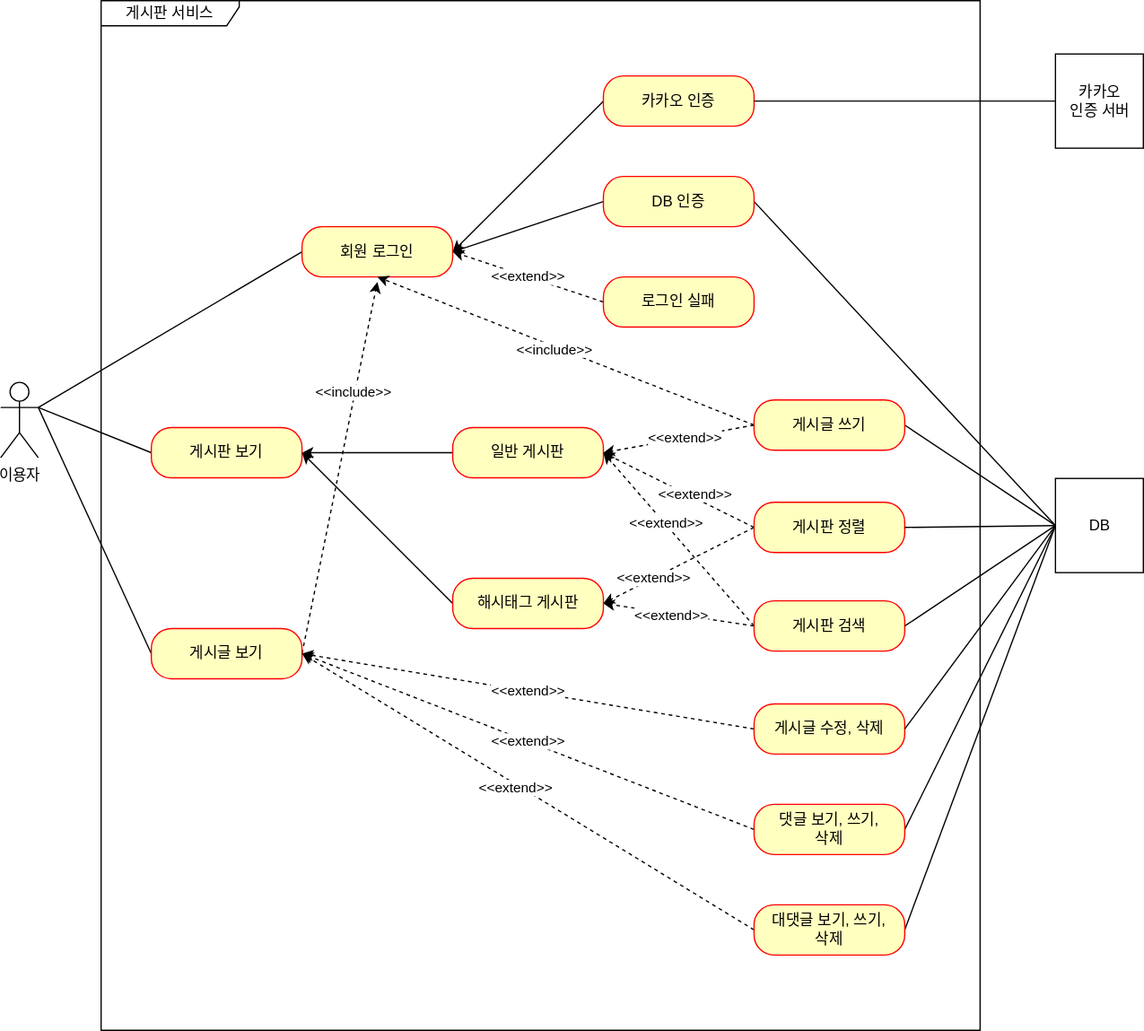
Earlier version of the draw.io export use-case.drawio.svg (hoonssss/board). Source tidied: cells renumbered, new cells last; positions are measured from the earlier drawing's top-left corner, leaving out a move shared by most shapes.
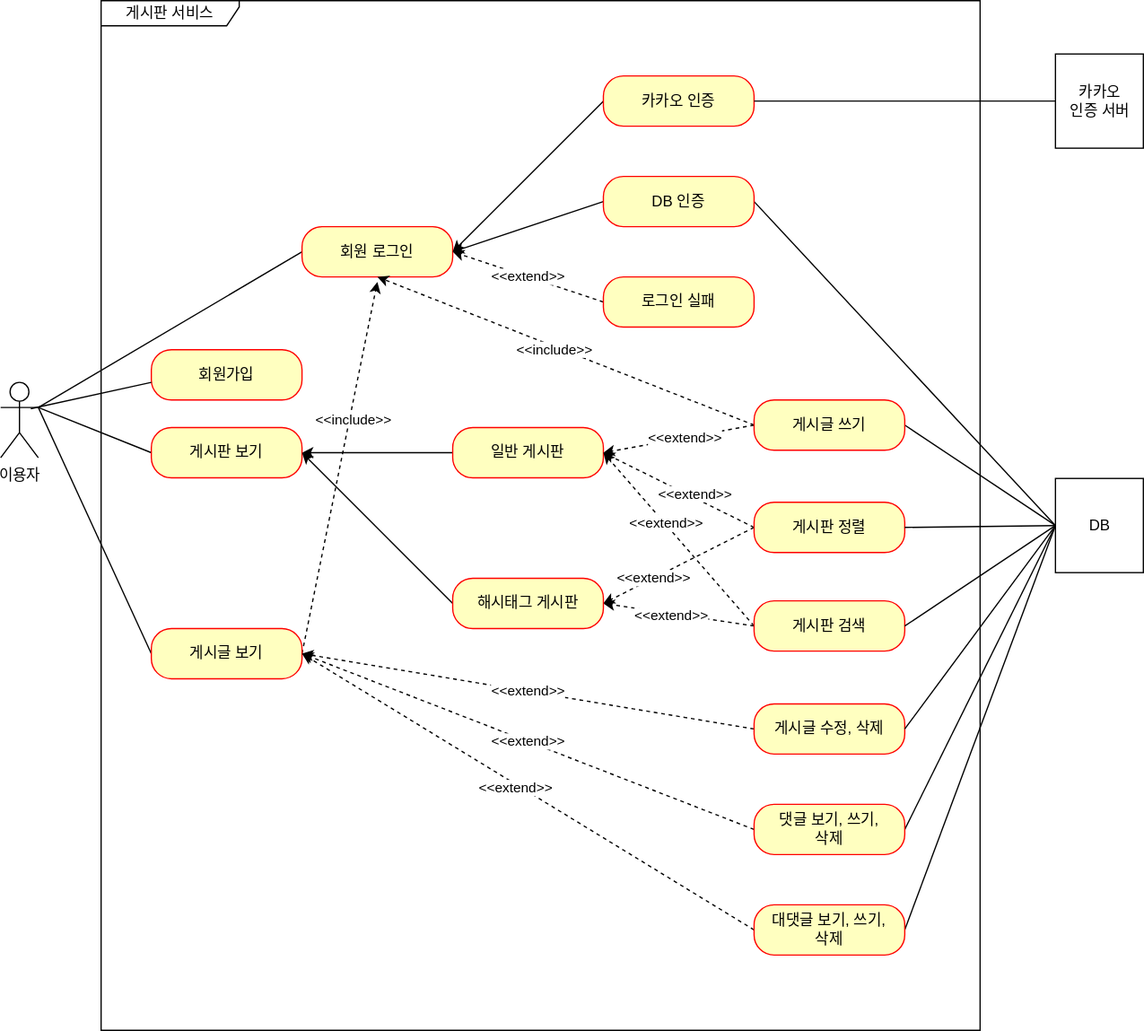
After the commit.

Change to the diagram source:
```diff
@@ -31,7 +31,9 @@
       </mxGeometry>
     </mxCell>
     <mxCell id="10" value="&amp;lt;&amp;lt;include&amp;gt;&amp;gt;" style="edgeLabel;html=1;align=center;verticalAlign=middle;" parent="9" vertex="1">
-      <mxGeometry x="0.41" y="2" relative="1" as="geometry" />
+      <mxGeometry x="0.41" y="2" relative="1" as="geometry">
+        <mxPoint y="22" as="offset" />
+      </mxGeometry>
     </mxCell>
     <mxCell id="11" value="게시글 보기" style="rounded=1;whiteSpace=wrap;html=1;arcSize=40;fontColor=#000000;fillColor=#ffffc0;strokeColor=#ff0000;" parent="1" vertex="1">
       <mxGeometry x="120" y="500" width="120" height="40" as="geometry" />
@@ -174,5 +176,13 @@
     <mxCell id="55" value="카카오&lt;br&gt;인증 서버" style="html=1;" parent="1" vertex="1">
       <mxGeometry x="840" y="42.5" width="70" height="75" as="geometry" />
     </mxCell>
+    <mxCell id="56" value="회원가입" style="rounded=1;whiteSpace=wrap;html=1;arcSize=40;fontColor=#000000;fillColor=#ffffc0;strokeColor=#ff0000;" parent="1" vertex="1">
+      <mxGeometry x="120" y="278" width="120" height="40" as="geometry" />
+    </mxCell>
+    <mxCell id="57" style="edgeStyle=none;rounded=0;jettySize=auto;html=1;exitX=0;exitY=0.5;exitDx=0;exitDy=0;endArrow=none;endFill=0;entryX=0.8;entryY=0.35;entryDx=0;entryDy=0;entryPerimeter=0;" parent="1" edge="1" target="2">
+      <mxGeometry relative="1" as="geometry">
+        <mxPoint x="120" y="304" as="sourcePoint" />
+      </mxGeometry>
+    </mxCell>
   </root>
 </mxGraphModel>
```
